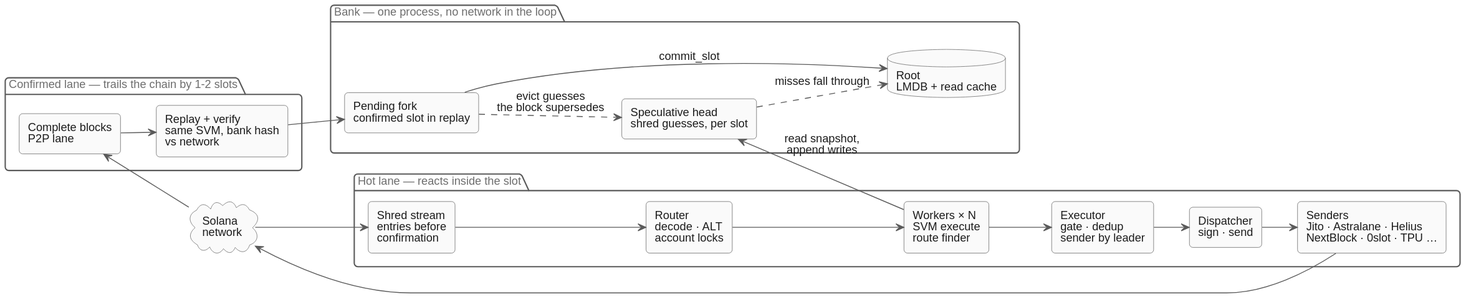
VladyslavHontar/portfolio keeps this PlantUML diagram as img/projects/Lumen/diagrams/system-light.svg. Above is the earlier version.
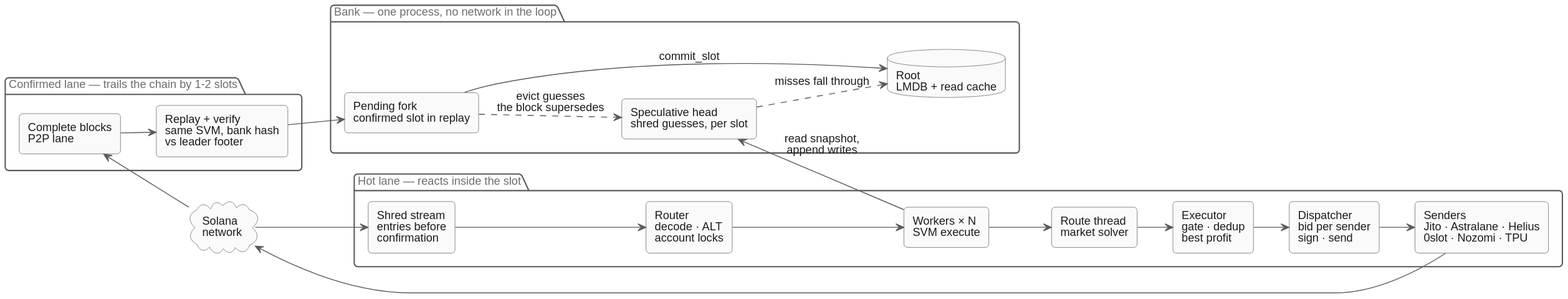
After the commit.

The edit, as a diff of the source:
```diff
@@ -42,10 +42,11 @@
 package "Hot lane — reacts inside the slot" {
   rectangle "Shred stream\nentries before\nconfirmation" as shreds
   rectangle "Router\ndecode · ALT\naccount locks" as router
-  rectangle "Workers × N\nSVM execute\nroute finder" as workers
-  rectangle "Executor\ngate · dedup\nsender by leader" as exec
-  rectangle "Dispatcher\nsign · send" as disp
-  rectangle "Senders\nJito · Astralane · Helius\nNextBlock · 0slot · TPU …" as senders
+  rectangle "Workers × N\nSVM execute" as workers
+  rectangle "Route thread\nmarket solver" as routes
+  rectangle "Executor\ngate · dedup\nbest profit" as exec
+  rectangle "Dispatcher\nbid per sender\nsign · send" as disp
+  rectangle "Senders\nJito · Astralane · Helius\n0slot · Nozomi · TPU" as senders
 }
 
 package "Bank — one process, no network in the loop" {
@@ -56,13 +57,14 @@
 
 package "Confirmed lane — trails the chain by 1-2 slots" {
   rectangle "Complete blocks\nP2P lane" as blocks
-  rectangle "Replay + verify\nsame SVM, bank hash\nvs network" as replay
+  rectangle "Replay + verify\nsame SVM, bank hash\nvs leader footer" as replay
 }
 
 net --> shreds
 shreds --> router
 router --> workers
-workers --> exec
+workers --> routes
+routes --> exec
 exec --> disp
 disp --> senders
 senders --> net
```
